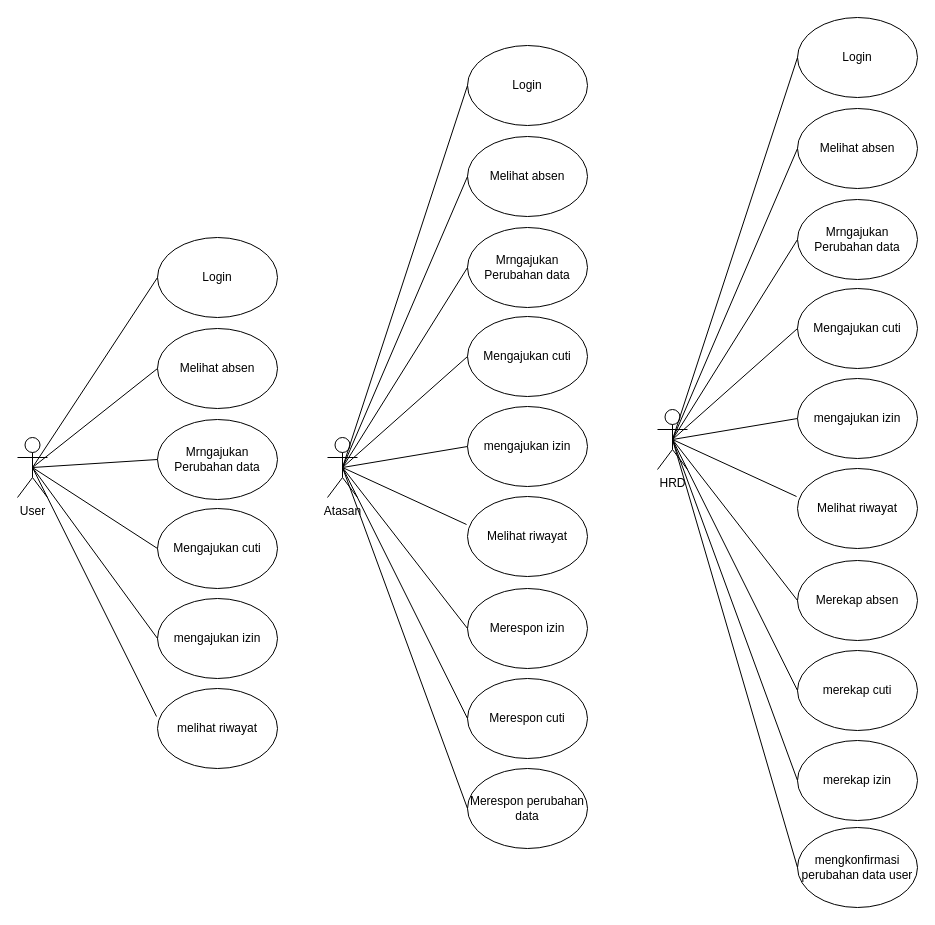
This is page "Use Case Diagram" (4 of 6) of ERDS1AR/ERD S1AR.drawio from magang-aiia/ERD-Diagram, a draw.io file, before an edit. Source tidied: cells renumbered, new cells numbered last; positions are measured from the earlier drawing's top-left corner, leaving out a move shared by most shapes. Both pictures are drawn from the tidied source at 100%, with x=0, y=0 at pixel (17, 17).
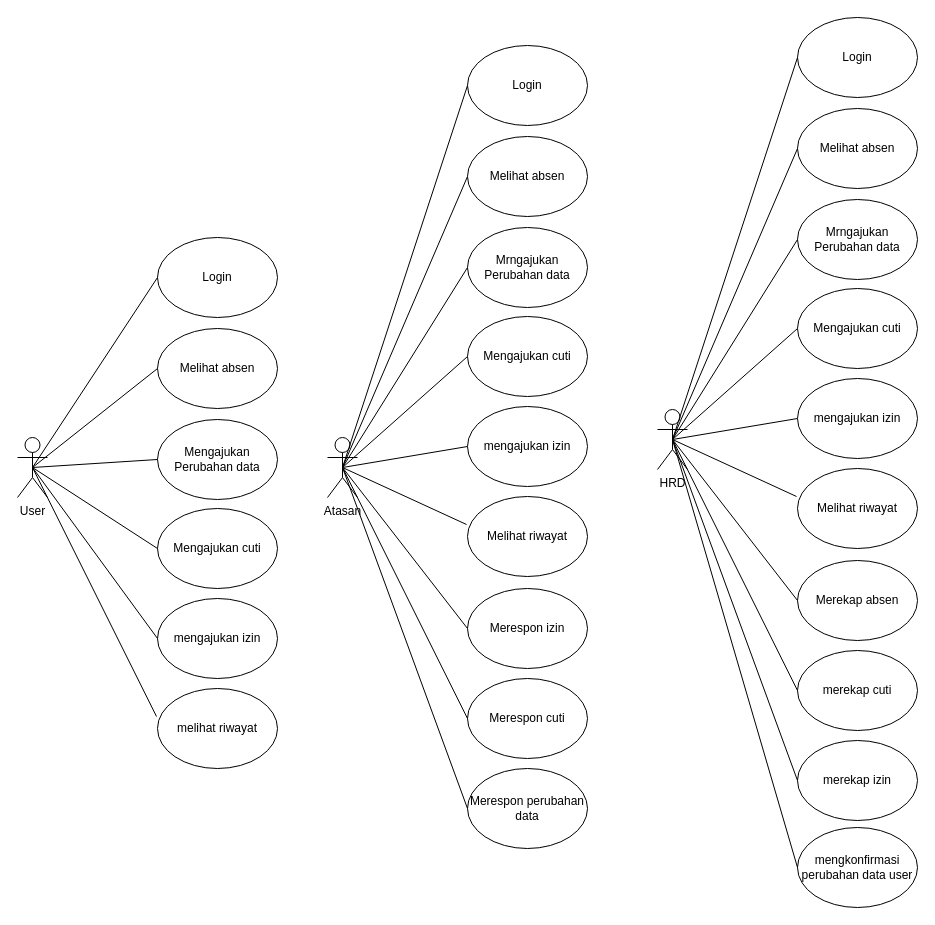
Above is the later version.

What changed in the source:
```diff
@@
-    <mxCell id="5" value="Mrngajukan Perubahan data" style="ellipse;whiteSpace=wrap;html=1;fillColor=#FFFFFF;" parent="1" vertex="1">
+    <mxCell id="5" value="Mengajukan Perubahan data" style="ellipse;whiteSpace=wrap;html=1;fillColor=#FFFFFF;" parent="1" vertex="1">
       <mxGeometry x="140" y="402" width="120" height="80" as="geometry" />
     </mxCell>
```
